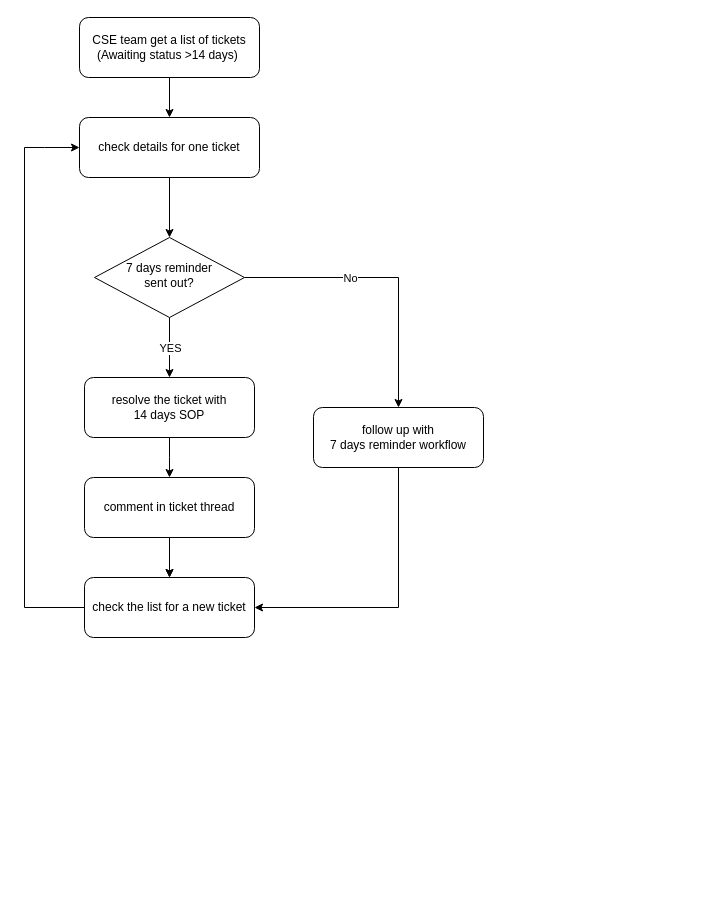
Earlier version of the draw.io diagram Untitled Diagram.drawio (zhaoyy7/books). Source tidied: cells renumbered, new cells numbered last; positions are measured from the earlier drawing's top-left corner, leaving out a move shared by most shapes. Both pictures are drawn from the tidied source at 100%, with x=0, y=0 at pixel (24, 17).
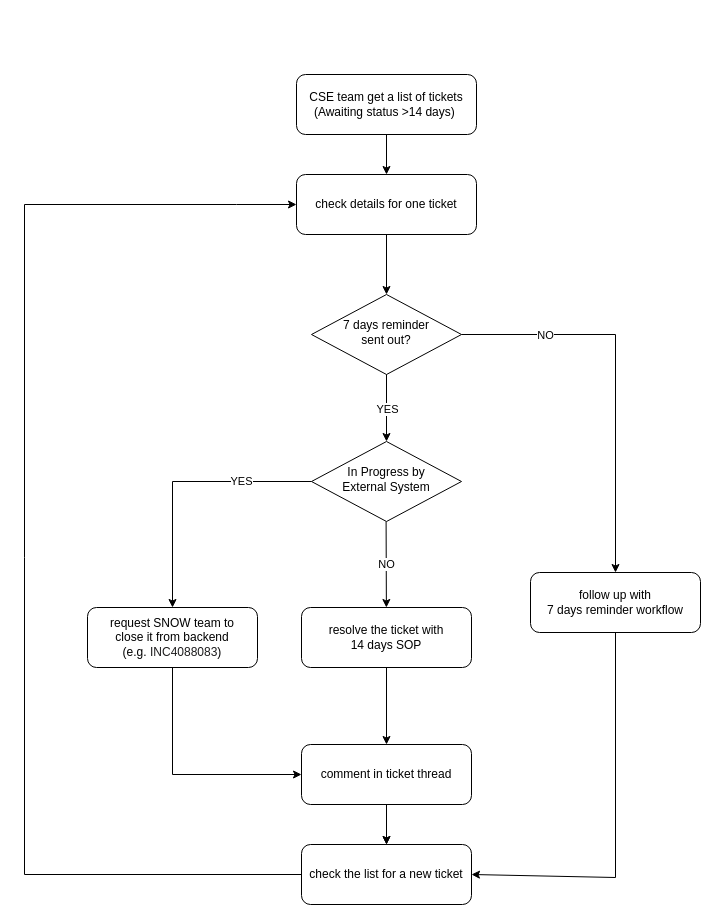
Above is the later version.

Change to the diagram source:
```diff
@@
     <mxCell id="2" value="CSE team get a list of tickets &lt;br&gt;(Awaiting status &amp;gt;14 days)&amp;nbsp;" style="rounded=1;whiteSpace=wrap;html=1;fontSize=12;glass=0;strokeWidth=1;shadow=0;" parent="1" vertex="1">
-      <mxGeometry x="55" width="180" height="60" as="geometry" />
+      <mxGeometry x="272" y="57" width="180" height="60" as="geometry" />
     </mxCell>
     <mxCell id="3" value="7 days reminder&lt;br&gt;sent out?" style="rhombus;whiteSpace=wrap;html=1;shadow=0;fontFamily=Helvetica;fontSize=12;align=center;strokeWidth=1;spacing=6;spacingTop=-4;" parent="1" vertex="1">
-      <mxGeometry x="70" y="220" width="150" height="80" as="geometry" />
+      <mxGeometry x="287" y="277" width="150" height="80" as="geometry" />
     </mxCell>
     <mxCell id="4" value="check details for one ticket" style="rounded=1;whiteSpace=wrap;html=1;" parent="1" vertex="1">
-      <mxGeometry x="55" y="100" width="180" height="60" as="geometry" />
+      <mxGeometry x="272" y="157" width="180" height="60" as="geometry" />
     </mxCell>
-    <mxCell id="5" style="endArrow=classic;html=1;rounded=0;exitX=0.5;exitY=1;exitDx=0;exitDy=0;entryX=0.5;entryY=0;entryDx=0;entryDy=0;" parent="1" edge="1" source="3" target="9">
-      <mxGeometry relative="1" as="geometry" />
+    <mxCell id="5" style="endArrow=classic;html=1;rounded=0;exitX=0.5;exitY=1;exitDx=0;exitDy=0;" parent="1" edge="1" source="3">
+      <mxGeometry relative="1" as="geometry">
+        <mxPoint x="362" y="424" as="targetPoint" />
+      </mxGeometry>
     </mxCell>
@@
-    <mxCell id="7" style="endArrow=classic;html=1;rounded=0;exitX=1;exitY=0.5;exitDx=0;exitDy=0;entryX=0.5;entryY=0;entryDx=0;entryDy=0;" parent="1" edge="1" source="3" target="15">
-      <mxGeometry relative="1" as="geometry">
-        <Array as="points">
-          <mxPoint x="374" y="260" />
-        </Array>
-      </mxGeometry>
-    </mxCell>
-    <mxCell id="8" value="No" style="edgeLabel;html=1;align=center;verticalAlign=middle;" parent="7" vertex="1">
-      <mxGeometry relative="1" as="geometry">
-        <mxPoint x="-37" as="offset" />
-      </mxGeometry>
-    </mxCell>
+    <mxCell id="20" style="edgeStyle=orthogonalEdgeStyle;rounded=0;jettySize=auto;html=1;" parent="1" edge="1" source="9" target="18">
+      <mxGeometry relative="1" as="geometry" />
+    </mxCell>
     <mxCell id="9" value="resolve the ticket with &lt;br&gt;14 days SOP" style="rounded=1;whiteSpace=wrap;html=1;" parent="1" vertex="1">
-      <mxGeometry x="60" y="360" width="170" height="60" as="geometry" />
+      <mxGeometry x="277" y="590" width="170" height="60" as="geometry" />
     </mxCell>
     <mxCell id="10" value="check the list for a new ticket" style="rounded=1;whiteSpace=wrap;html=1;" parent="1" vertex="1">
-      <mxGeometry x="60" y="560" width="170" height="60" as="geometry" />
+      <mxGeometry x="277" y="827" width="170" height="60" as="geometry" />
     </mxCell>
     <mxCell id="11" style="endArrow=classic;html=1;rounded=0;exitX=0;exitY=0.5;exitDx=0;exitDy=0;entryX=0;entryY=0.5;entryDx=0;entryDy=0;" parent="1" edge="1" source="10" target="4">
       <mxGeometry relative="1" as="geometry">
         <Array as="points">
-          <mxPoint y="590" />
-          <mxPoint y="130" />
-          <mxPoint x="20" y="130" />
+          <mxPoint y="857" />
+          <mxPoint y="540" />
+          <mxPoint y="187" />
+          <mxPoint x="212" y="187" />
         </Array>
       </mxGeometry>
     </mxCell>
@@
     <mxCell id="15" value="follow up with &lt;br&gt;7 days reminder workflow" style="rounded=1;whiteSpace=wrap;html=1;" parent="1" vertex="1">
-      <mxGeometry x="289" y="390" width="170" height="60" as="geometry" />
+      <mxGeometry x="506" y="555" width="170" height="60" as="geometry" />
     </mxCell>
     <mxCell id="16" style="endArrow=classic;html=1;rounded=0;exitX=0.5;exitY=1;exitDx=0;exitDy=0;entryX=1;entryY=0.5;entryDx=0;entryDy=0;" parent="1" edge="1" source="15" target="10">
       <mxGeometry relative="1" as="geometry">
         <Array as="points">
-          <mxPoint x="374" y="590" />
+          <mxPoint x="591" y="860" />
         </Array>
       </mxGeometry>
     </mxCell>
@@
     <mxCell id="18" value="comment in ticket thread" style="rounded=1;whiteSpace=wrap;html=1;" parent="1" vertex="1">
-      <mxGeometry x="60" y="460" width="170" height="60" as="geometry" />
+      <mxGeometry x="277" y="727" width="170" height="60" as="geometry" />
     </mxCell>
-    <mxCell id="19" style="edgeStyle=orthogonalEdgeStyle;rounded=0;jettySize=auto;html=1;exitX=0.5;exitY=1;exitDx=0;exitDy=0;" parent="1" edge="1" source="9">
-      <mxGeometry relative="1" as="geometry">
-        <mxPoint x="145" y="460" as="targetPoint" />
-      </mxGeometry>
-    </mxCell>
+    <mxCell id="21" value="In Progress by &lt;br&gt;External System" style="rhombus;whiteSpace=wrap;html=1;shadow=0;fontFamily=Helvetica;fontSize=12;align=center;strokeWidth=1;spacing=6;spacingTop=-4;" parent="1" vertex="1">
+      <mxGeometry x="287" y="424" width="150" height="80" as="geometry" />
+    </mxCell>
+    <mxCell id="22" style="endArrow=classic;html=1;rounded=0;exitX=0.5;exitY=1;exitDx=0;exitDy=0;" parent="1" edge="1" target="9">
+      <mxGeometry relative="1" as="geometry">
+        <mxPoint x="361.6" y="504" as="sourcePoint" />
+      </mxGeometry>
+    </mxCell>
+    <mxCell id="23" value="NO" style="edgeLabel;html=1;align=center;verticalAlign=middle;" parent="22" vertex="1">
+      <mxGeometry relative="1" as="geometry" />
+    </mxCell>
+    <mxCell id="24" value="YES" style="endArrow=classic;html=1;rounded=0;exitX=0;exitY=0.5;exitDx=0;exitDy=0;entryX=0.5;entryY=0;entryDx=0;entryDy=0;" parent="1" edge="1" source="21" target="26">
+      <mxGeometry x="-0.47" relative="1" as="geometry">
+        <Array as="points">
+          <mxPoint x="148" y="464" />
+        </Array>
+      </mxGeometry>
+    </mxCell>
+    <mxCell id="25" style="edgeStyle=orthogonalEdgeStyle;rounded=0;jettySize=auto;html=1;exitX=0.5;exitY=1;exitDx=0;exitDy=0;entryX=0;entryY=0.5;entryDx=0;entryDy=0;" parent="1" edge="1" source="26" target="18">
+      <mxGeometry relative="1" as="geometry" />
+    </mxCell>
+    <mxCell id="26" value="request SNOW team to &lt;br&gt;close it from backend&lt;br&gt;(e.g.&amp;nbsp;&lt;span style=&quot;box-sizing: inherit; color: rgb(29, 28, 29); font-variant-ligatures: common-ligatures; text-align: left; background-color: rgb(255, 255, 255);&quot;&gt;&lt;font style=&quot;font-size: 12px;&quot;&gt;INC4088083&lt;/font&gt;&lt;/span&gt;)" style="rounded=1;whiteSpace=wrap;html=1;" parent="1" vertex="1">
+      <mxGeometry x="63" y="590" width="170" height="60" as="geometry" />
+    </mxCell>
+    <mxCell id="7" style="endArrow=classic;html=1;rounded=0;exitX=1;exitY=0.5;exitDx=0;exitDy=0;entryX=0.5;entryY=0;entryDx=0;entryDy=0;" parent="1" edge="1" source="3" target="15">
+      <mxGeometry relative="1" as="geometry">
+        <Array as="points">
+          <mxPoint x="591" y="317" />
+        </Array>
+      </mxGeometry>
+    </mxCell>
+    <mxCell id="27" value="NO" style="edgeLabel;html=1;align=center;verticalAlign=middle;" parent="7" vertex="1">
+      <mxGeometry relative="1" as="geometry">
+        <mxPoint x="-71" y="-42" as="offset" />
+      </mxGeometry>
+    </mxCell>
```
